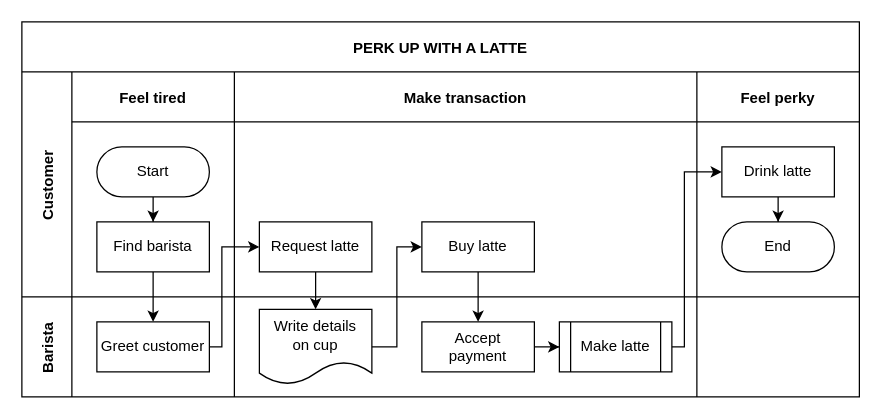
The draw.io diagram Diagrama sin título.drawio in SebasBR123/SebastianBR, before the edit. Source tidied: cells renumbered, new cells numbered last; positions are measured from the earlier drawing's top-left corner, leaving out a move shared by most shapes. Both pictures are drawn from the tidied source at 125%, with x=0, y=0 at pixel (21, 21).
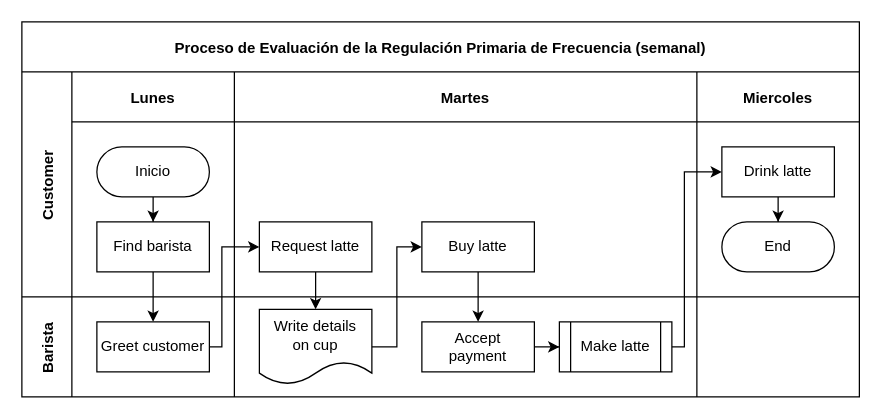
Above is the later version.

Unchanged cells that the change refers to:
```xml
<mxCell id="4" value="Customer" style="shape=tableRow;horizontal=0;swimlaneHead=0;swimlaneBody=0;top=0;left=0;bottom=0;right=0;fillColor=none;startSize=40;fontStyle=1;" parent="2" vertex="1">
  <mxGeometry y="40" width="670" height="180" as="geometry" />
</mxCell>
```

What changed in the source:
```diff
@@
-    <mxCell id="2" value="PERK UP WITH A LATTE" style="shape=table;childLayout=tableLayout;startSize=40;fillColor=none;fontStyle=1;" parent="1" vertex="1">
+    <mxCell id="2" value="Proceso de Evaluación de la Regulación Primaria de Frecuencia (semanal)" style="shape=table;childLayout=tableLayout;startSize=40;fillColor=none;fontStyle=1;" parent="1" vertex="1">
       <mxGeometry width="670" height="300" as="geometry" />
     </mxCell>
@@
-    <mxCell id="5" value="Feel tired" style="swimlane;swimlaneHead=0;swimlaneBody=0;fillColor=none;startSize=40;fontStyle=1;" parent="4" vertex="1">
+    <mxCell id="5" value="Lunes" style="swimlane;swimlaneHead=0;swimlaneBody=0;fillColor=none;startSize=40;fontStyle=1;" parent="4" vertex="1">
       <mxGeometry x="40" width="130" height="180" as="geometry" />
     </mxCell>
@@
-    <mxCell id="7" value="Start" style="rounded=1;whiteSpace=wrap;html=1;arcSize=50;" parent="5" vertex="1">
+    <mxCell id="7" value="Inicio" style="rounded=1;whiteSpace=wrap;html=1;arcSize=50;" parent="5" vertex="1">
       <mxGeometry x="20" y="60" width="90" height="40" as="geometry" />
     </mxCell>
@@
-    <mxCell id="9" value="Make transaction" style="swimlane;swimlaneHead=0;swimlaneBody=0;fillColor=none;startSize=40;fontStyle=1;" parent="4" vertex="1">
+    <mxCell id="9" value="Martes" style="swimlane;swimlaneHead=0;swimlaneBody=0;fillColor=none;startSize=40;fontStyle=1;" parent="4" vertex="1">
       <mxGeometry x="170" width="370" height="180" as="geometry" />
     </mxCell>
@@
-    <mxCell id="12" value="Feel perky" style="swimlane;swimlaneHead=0;swimlaneBody=0;fillColor=none;startSize=40;fontStyle=1;" parent="4" vertex="1">
+    <mxCell id="12" value="Miercoles" style="swimlane;swimlaneHead=0;swimlaneBody=0;fillColor=none;startSize=40;fontStyle=1;" parent="4" vertex="1">
       <mxGeometry x="540" width="130" height="180" as="geometry" />
     </mxCell>
```
